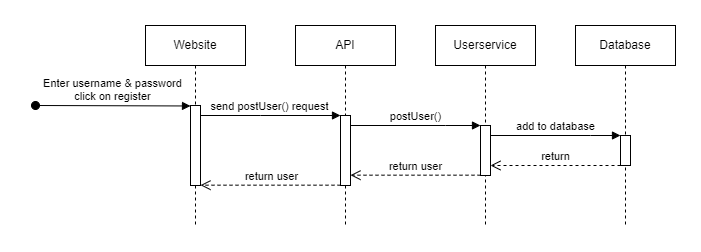
Before: doc/use_cases/sequence-diagrams/UC02-create-user-account.png, a diagram exported from draw.io (lucariebel/online-shop). Source tidied: cells renumbered, new cells last; positions are measured from the earlier drawing's top-left corner, leaving out a move shared by most shapes.
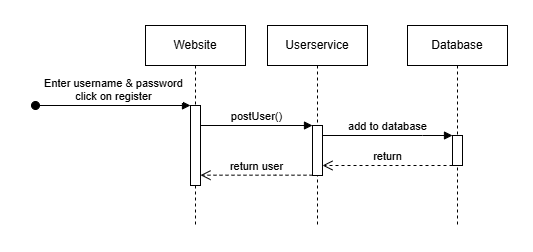
The same file after the commit.

What changed in the source:
```diff
@@ -3,34 +3,21 @@
     <mxCell id="0" />
     <mxCell id="1" parent="0" />
     <mxCell id="2" value="Website" style="shape=umlLifeline;perimeter=lifelinePerimeter;whiteSpace=wrap;html=1;newEdgeStyle={&quot;edgeStyle&quot;:&quot;elbowEdgeStyle&quot;,&quot;elbow&quot;:&quot;vertical&quot;,&quot;curved&quot;:0,&quot;rounded&quot;:0};" parent="1" vertex="1">
-      <mxGeometry x="110" width="100" height="200" as="geometry" />
+      <mxGeometry x="278" width="100" height="200" as="geometry" />
     </mxCell>
     <mxCell id="3" style="html=1;points=[];perimeter=orthogonalPerimeter;outlineConnect=0;targetShapes=umlLifeline;portConstraint=eastwest;newEdgeStyle={&quot;edgeStyle&quot;:&quot;elbowEdgeStyle&quot;,&quot;elbow&quot;:&quot;vertical&quot;,&quot;curved&quot;:0,&quot;rounded&quot;:0};" parent="2" vertex="1">
       <mxGeometry x="45" y="80" width="10" height="80" as="geometry" />
     </mxCell>
-    <mxCell id="4" value="API" style="shape=umlLifeline;perimeter=lifelinePerimeter;whiteSpace=wrap;html=1;newEdgeStyle={&quot;edgeStyle&quot;:&quot;elbowEdgeStyle&quot;,&quot;elbow&quot;:&quot;vertical&quot;,&quot;curved&quot;:0,&quot;rounded&quot;:0};" parent="1" vertex="1">
-      <mxGeometry x="260" width="100" height="200" as="geometry" />
-    </mxCell>
-    <mxCell id="5" style="html=1;points=[];perimeter=orthogonalPerimeter;outlineConnect=0;targetShapes=umlLifeline;portConstraint=eastwest;newEdgeStyle={&quot;edgeStyle&quot;:&quot;elbowEdgeStyle&quot;,&quot;elbow&quot;:&quot;vertical&quot;,&quot;curved&quot;:0,&quot;rounded&quot;:0};" parent="4" vertex="1">
-      <mxGeometry x="45" y="90" width="10" height="70" as="geometry" />
-    </mxCell>
-    <mxCell id="6" value="send postUser() request" style="html=1;verticalAlign=bottom;endArrow=block;edgeStyle=elbowEdgeStyle;elbow=vertical;curved=0;rounded=0;" parent="1" edge="1" source="3" target="5">
-      <mxGeometry relative="1" as="geometry">
-        <Array as="points">
-          <mxPoint x="225" y="90" />
-        </Array>
-      </mxGeometry>
-    </mxCell>
     <mxCell id="7" value="Userservice" style="shape=umlLifeline;perimeter=lifelinePerimeter;whiteSpace=wrap;html=1;newEdgeStyle={&quot;edgeStyle&quot;:&quot;elbowEdgeStyle&quot;,&quot;elbow&quot;:&quot;vertical&quot;,&quot;curved&quot;:0,&quot;rounded&quot;:0};" parent="1" vertex="1">
       <mxGeometry x="400" width="100" height="200" as="geometry" />
     </mxCell>
     <mxCell id="8" style="html=1;points=[];perimeter=orthogonalPerimeter;outlineConnect=0;targetShapes=umlLifeline;portConstraint=eastwest;newEdgeStyle={&quot;edgeStyle&quot;:&quot;elbowEdgeStyle&quot;,&quot;elbow&quot;:&quot;vertical&quot;,&quot;curved&quot;:0,&quot;rounded&quot;:0};" parent="7" vertex="1">
       <mxGeometry x="45" y="100" width="10" height="50" as="geometry" />
     </mxCell>
-    <mxCell id="9" value="postUser()" style="html=1;verticalAlign=bottom;endArrow=block;edgeStyle=elbowEdgeStyle;elbow=vertical;curved=0;rounded=0;" parent="1" edge="1" source="5" target="8">
+    <mxCell id="9" value="postUser()" style="html=1;verticalAlign=bottom;endArrow=block;edgeStyle=elbowEdgeStyle;elbow=vertical;curved=0;rounded=0;" parent="1" edge="1" source="3" target="8">
       <mxGeometry relative="1" as="geometry">
         <Array as="points">
-          <mxPoint x="410" y="100" />
+          <mxPoint x="443" y="100" />
         </Array>
       </mxGeometry>
     </mxCell>
@@ -49,7 +36,7 @@
     </mxCell>
     <mxCell id="13" value="&lt;div&gt;Enter username &amp;amp; password&lt;/div&gt;&lt;div&gt;&lt;span style=&quot;background-color: rgb(255, 255, 255); color: rgb(0, 0, 0); --darkreader-inline-bgcolor: #1d1f20; --darkreader-inline-color: #e3e1de;&quot;&gt;click on register&lt;/span&gt;&lt;/div&gt;" style="html=1;verticalAlign=bottom;startArrow=oval;endArrow=block;startSize=8;edgeStyle=elbowEdgeStyle;elbow=vertical;curved=0;rounded=0;" parent="1" edge="1" target="3">
       <mxGeometry relative="1" as="geometry">
-        <mxPoint y="80" as="sourcePoint" />
+        <mxPoint x="168" y="80" as="sourcePoint" />
       </mxGeometry>
     </mxCell>
     <mxCell id="14" value="return" style="html=1;verticalAlign=bottom;endArrow=open;dashed=1;endSize=8;curved=0;rounded=0;" parent="1" edge="1" source="11" target="8">
@@ -59,19 +46,12 @@
         </Array>
       </mxGeometry>
     </mxCell>
-    <mxCell id="15" value="return user" style="html=1;verticalAlign=bottom;endArrow=open;dashed=1;endSize=8;curved=0;rounded=0;" parent="1" edge="1" source="8" target="5">
+    <mxCell id="15" value="return user" style="html=1;verticalAlign=bottom;endArrow=open;dashed=1;endSize=8;curved=0;rounded=0;" parent="1" edge="1" source="8" target="3">
       <mxGeometry relative="1" as="geometry">
         <Array as="points">
-          <mxPoint x="375" y="149.7" />
+          <mxPoint x="408" y="149.7" />
         </Array>
       </mxGeometry>
     </mxCell>
-    <mxCell id="16" value="return user" style="html=1;verticalAlign=bottom;endArrow=open;dashed=1;endSize=8;curved=0;rounded=0;" parent="1" edge="1" source="5" target="3">
-      <mxGeometry relative="1" as="geometry">
-        <Array as="points">
-          <mxPoint x="230" y="159.7" />
-        </Array>
-      </mxGeometry>
-    </mxCell>
   </root>
 </mxGraphModel>
```
